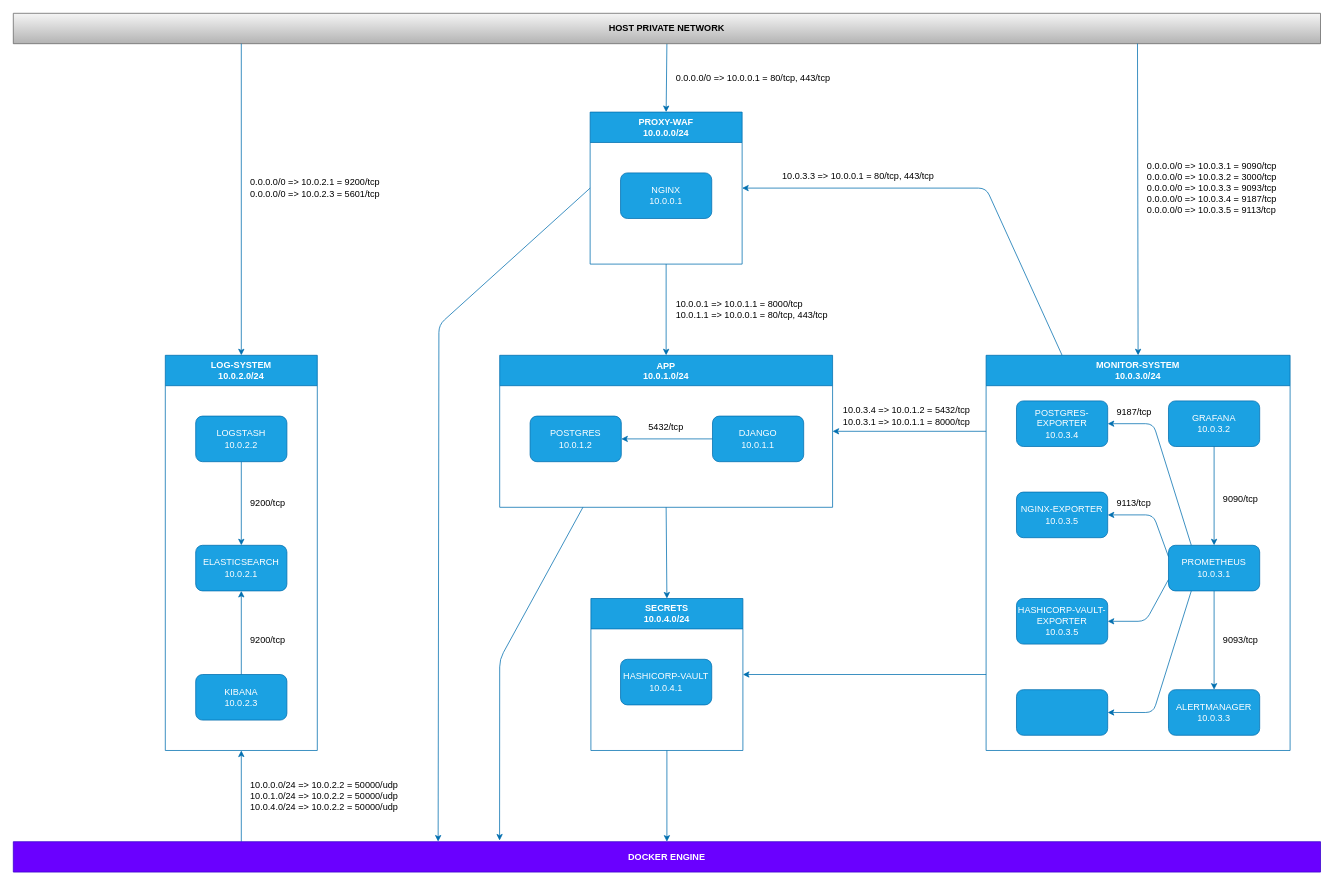
Before: _notebook/topology.drawio in GiovanniAfro/ft_Transcendence, a draw.io diagram. Source tidied: cells renumbered, new cells numbered last; positions are measured from the earlier drawing's top-left corner, leaving out a move shared by most shapes. Both pictures are drawn from the tidied source at 76%, with x=0, y=0 at pixel (13, 13).
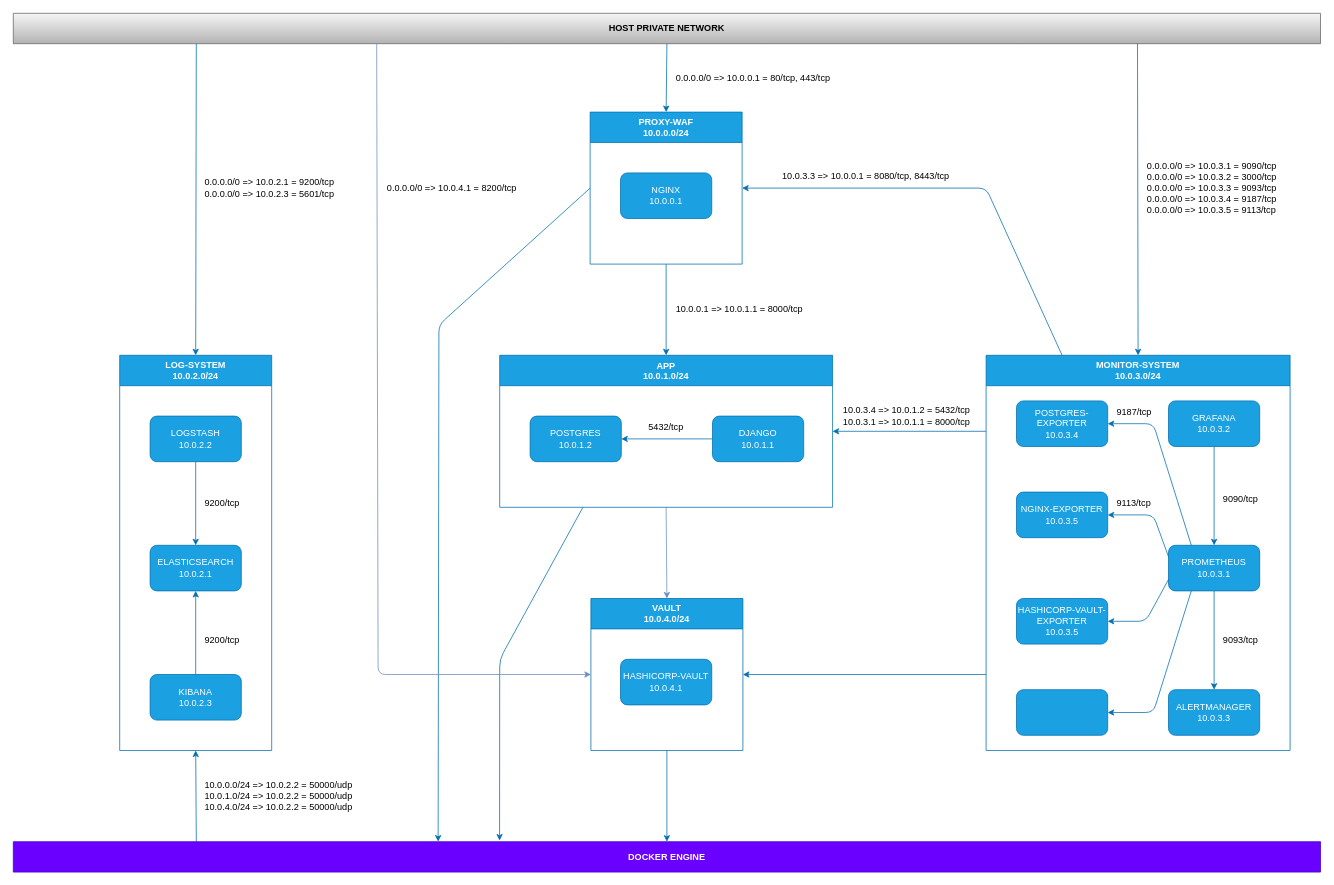
After the change.

Commit message (it also covers changes not shown here):
init vault

The change refers to these unchanged cells:
```xml
<mxCell id="5" value="APP&#10;10.0.1.0/24" style="swimlane;startSize=40;swimlaneFillColor=none;rounded=0;glass=0;shadow=0;swimlaneLine=1;fillColor=#1ba1e2;strokeColor=#006EAF;fontColor=#ffffff;" parent="1" vertex="1">
  <mxGeometry x="640" y="450" width="438" height="200" as="geometry" />
</mxCell>
<mxCell id="15" value="HOST PRIVATE NETWORK" style="swimlane;whiteSpace=wrap;html=1;startSize=40;fillColor=#f5f5f5;gradientColor=#b3b3b3;strokeColor=#666666;" parent="1" vertex="1">
  <mxGeometry width="1720" height="40" as="geometry" />
</mxCell>
<mxCell id="34" value="DOCKER ENGINE" style="swimlane;whiteSpace=wrap;html=1;startSize=40;fillColor=#6a00ff;strokeColor=#3700CC;fontColor=#ffffff;" parent="1" vertex="1">
  <mxGeometry y="1090" width="1720" height="40" as="geometry" />
</mxCell>
```

Change to the diagram source:
```diff
@@
+    <mxCell id="4" style="edgeStyle=none;html=1;exitX=0.25;exitY=1;exitDx=0;exitDy=0;fillColor=#1ba1e2;strokeColor=#006EAF;entryX=0.372;entryY=-0.038;entryDx=0;entryDy=0;entryPerimeter=0;" parent="1" edge="1" source="5" target="34">
+      <mxGeometry relative="1" as="geometry">
+        <Array as="points">
+          <mxPoint x="640" y="850" />
+        </Array>
+      </mxGeometry>
+    </mxCell>
-    <mxCell id="3" style="edgeStyle=none;html=1;exitX=0.5;exitY=1;exitDx=0;exitDy=0;entryX=0.5;entryY=0;entryDx=0;entryDy=0;fillColor=#1ba1e2;strokeColor=#006EAF;" parent="1" edge="1" source="5" target="17">
+    <mxCell id="3" style="edgeStyle=none;html=1;exitX=0.5;exitY=1;exitDx=0;exitDy=0;entryX=0.5;entryY=0;entryDx=0;entryDy=0;fillColor=#dae8fc;strokeColor=#6c8ebf;" parent="1" edge="1" source="5" target="17">
       <mxGeometry relative="1" as="geometry" />
     </mxCell>
-    <mxCell id="4" style="edgeStyle=none;html=1;exitX=0.25;exitY=1;exitDx=0;exitDy=0;fillColor=#1ba1e2;strokeColor=#006EAF;entryX=0.372;entryY=-0.038;entryDx=0;entryDy=0;entryPerimeter=0;" parent="1" edge="1" source="5" target="34">
-      <mxGeometry relative="1" as="geometry">
-        <Array as="points">
-          <mxPoint x="640" y="850" />
-        </Array>
-      </mxGeometry>
-    </mxCell>
@@
-    <mxCell id="10" value="10.0.0.1 =&amp;gt; 10.0.1.1 = 8000/tcp&lt;br&gt;10.0.1.1 =&amp;gt; 10.0.0.1 = 80/tcp, 443/tcp" style="text;html=1;align=left;verticalAlign=middle;strokeColor=none;fillColor=none;" parent="1" vertex="1">
-      <mxGeometry x="870" y="370" width="220" height="40" as="geometry" />
+    <mxCell id="10" value="10.0.0.1 =&amp;gt; 10.0.1.1 = 8000/tcp" style="text;html=1;align=left;verticalAlign=middle;strokeColor=none;fillColor=none;" parent="1" vertex="1">
+      <mxGeometry x="870" y="375" width="190" height="30" as="geometry" />
     </mxCell>
@@
+    <mxCell id="58" style="edgeStyle=none;html=1;entryX=0;entryY=0.5;entryDx=0;entryDy=0;fillColor=#dae8fc;strokeColor=#6c8ebf;exitX=0.278;exitY=1.014;exitDx=0;exitDy=0;exitPerimeter=0;" parent="1" edge="1" source="15" target="17">
+      <mxGeometry relative="1" as="geometry">
+        <Array as="points">
+          <mxPoint x="480" y="870" />
+        </Array>
+      </mxGeometry>
+    </mxCell>
@@
-    <mxCell id="17" value="SECRETS&lt;br&gt;10.0.4.0/24" style="swimlane;whiteSpace=wrap;html=1;startSize=40;fillColor=#1ba1e2;fontColor=#ffffff;strokeColor=#006EAF;" parent="1" vertex="1">
+    <mxCell id="17" value="VAULT&lt;br&gt;10.0.4.0/24" style="swimlane;whiteSpace=wrap;html=1;startSize=40;fillColor=#1ba1e2;fontColor=#ffffff;strokeColor=#006EAF;" parent="1" vertex="1">
       <mxGeometry x="760" y="770" width="200" height="200" as="geometry" />
     </mxCell>
@@
-    <mxCell id="22" style="edgeStyle=none;html=1;entryX=0.5;entryY=0;entryDx=0;entryDy=0;fillColor=#1ba1e2;strokeColor=#006EAF;" parent="1" edge="1" target="23">
-      <mxGeometry relative="1" as="geometry">
-        <mxPoint x="300" y="40" as="sourcePoint" />
-      </mxGeometry>
+    <mxCell id="22" style="edgeStyle=none;html=1;entryX=0.5;entryY=0;entryDx=0;entryDy=0;fillColor=#1ba1e2;strokeColor=#006EAF;exitX=0.14;exitY=1;exitDx=0;exitDy=0;exitPerimeter=0;" parent="1" edge="1" source="15" target="23">
+      <mxGeometry relative="1" as="geometry" />
     </mxCell>
     <mxCell id="23" value="LOG-SYSTEM&lt;br&gt;10.0.2.0/24" style="swimlane;whiteSpace=wrap;html=1;startSize=40;fillColor=#1ba1e2;fontColor=#ffffff;strokeColor=#006EAF;" parent="1" vertex="1">
-      <mxGeometry x="200" y="450" width="200" height="520" as="geometry" />
+      <mxGeometry x="140" y="450" width="200" height="520" as="geometry" />
     </mxCell>
@@
     <mxCell id="31" value="0.0.0.0/0 =&amp;gt; 10.0.2.1 = 9200/tcp&lt;br&gt;0.0.0.0/0 =&amp;gt; 10.0.2.3 = 5601/tcp" style="text;html=1;align=left;verticalAlign=middle;strokeColor=none;fillColor=none;" parent="1" vertex="1">
-      <mxGeometry x="310" y="210" width="190" height="40" as="geometry" />
+      <mxGeometry x="250" y="210" width="190" height="40" as="geometry" />
     </mxCell>
@@
-    <mxCell id="33" style="edgeStyle=none;html=1;entryX=0.5;entryY=1;entryDx=0;entryDy=0;fillColor=#1ba1e2;strokeColor=#006EAF;" parent="1" edge="1" target="23">
-      <mxGeometry relative="1" as="geometry">
-        <mxPoint x="300" y="1090" as="sourcePoint" />
-      </mxGeometry>
+    <mxCell id="33" style="edgeStyle=none;html=1;entryX=0.5;entryY=1;entryDx=0;entryDy=0;fillColor=#1ba1e2;strokeColor=#006EAF;exitX=0.14;exitY=0;exitDx=0;exitDy=0;exitPerimeter=0;" parent="1" edge="1" source="34" target="23">
+      <mxGeometry relative="1" as="geometry" />
     </mxCell>
@@
     <mxCell id="35" value="10.0.0.0/24 =&amp;gt; 10.0.2.2 = 50000/udp&lt;br&gt;10.0.1.0/24 =&amp;gt; 10.0.2.2 = 50000/udp&lt;br&gt;10.0.4.0/24 =&amp;gt; 10.0.2.2 = 50000/udp" style="text;html=1;align=left;verticalAlign=middle;strokeColor=none;fillColor=none;" parent="1" vertex="1">
-      <mxGeometry x="310" y="1000" width="220" height="60" as="geometry" />
+      <mxGeometry x="250" y="1000" width="220" height="60" as="geometry" />
     </mxCell>
@@
-    <mxCell id="57" value="10.0.3.3 =&amp;gt; 10.0.0.1 = 80/tcp, 443/tcp" style="text;html=1;align=left;verticalAlign=middle;strokeColor=none;fillColor=none;" parent="1" vertex="1">
-      <mxGeometry x="1010" y="200" width="220" height="30" as="geometry" />
+    <mxCell id="57" value="10.0.3.3 =&amp;gt; 10.0.0.1 = 8080/tcp, 8443/tcp" style="text;html=1;align=left;verticalAlign=middle;strokeColor=none;fillColor=none;" parent="1" vertex="1">
+      <mxGeometry x="1010" y="200" width="240" height="30" as="geometry" />
     </mxCell>
+    <mxCell id="59" value="0.0.0.0/0 =&amp;gt; 10.0.4.1 = 8200/tcp" style="text;html=1;align=left;verticalAlign=middle;strokeColor=none;fillColor=none;" parent="1" vertex="1">
+      <mxGeometry x="490" y="215" width="190" height="30" as="geometry" />
+    </mxCell>
```
